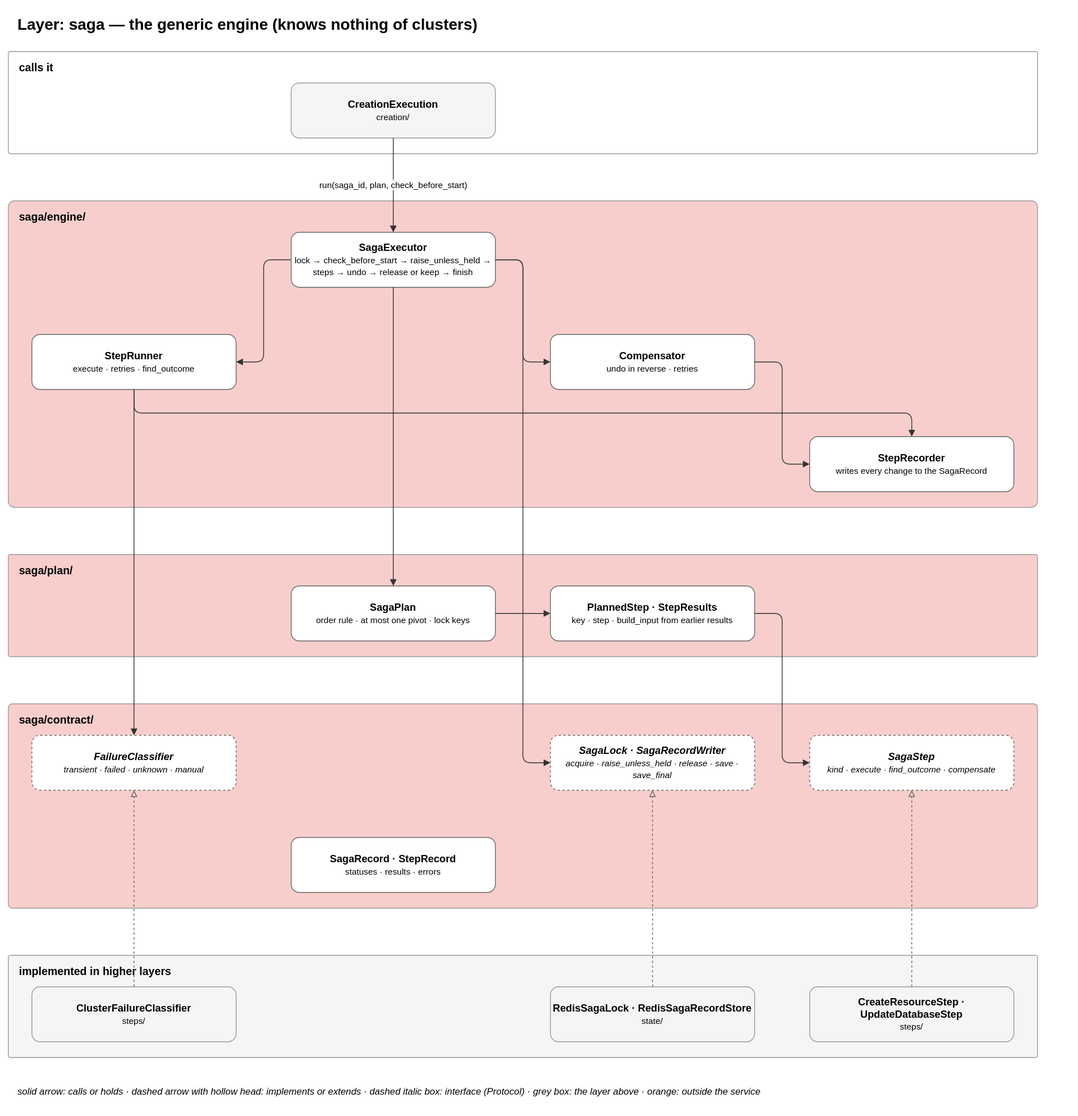
EliShteinman/redis-enterprise-services keeps this draw.io diagram as docs/diagrams/06-layer-saga.drawio.svg. Above is the earlier version. Source tidied: cells renumbered, new cells last; positions are measured from the earlier drawing's top-left corner, leaving out a move shared by most shapes.
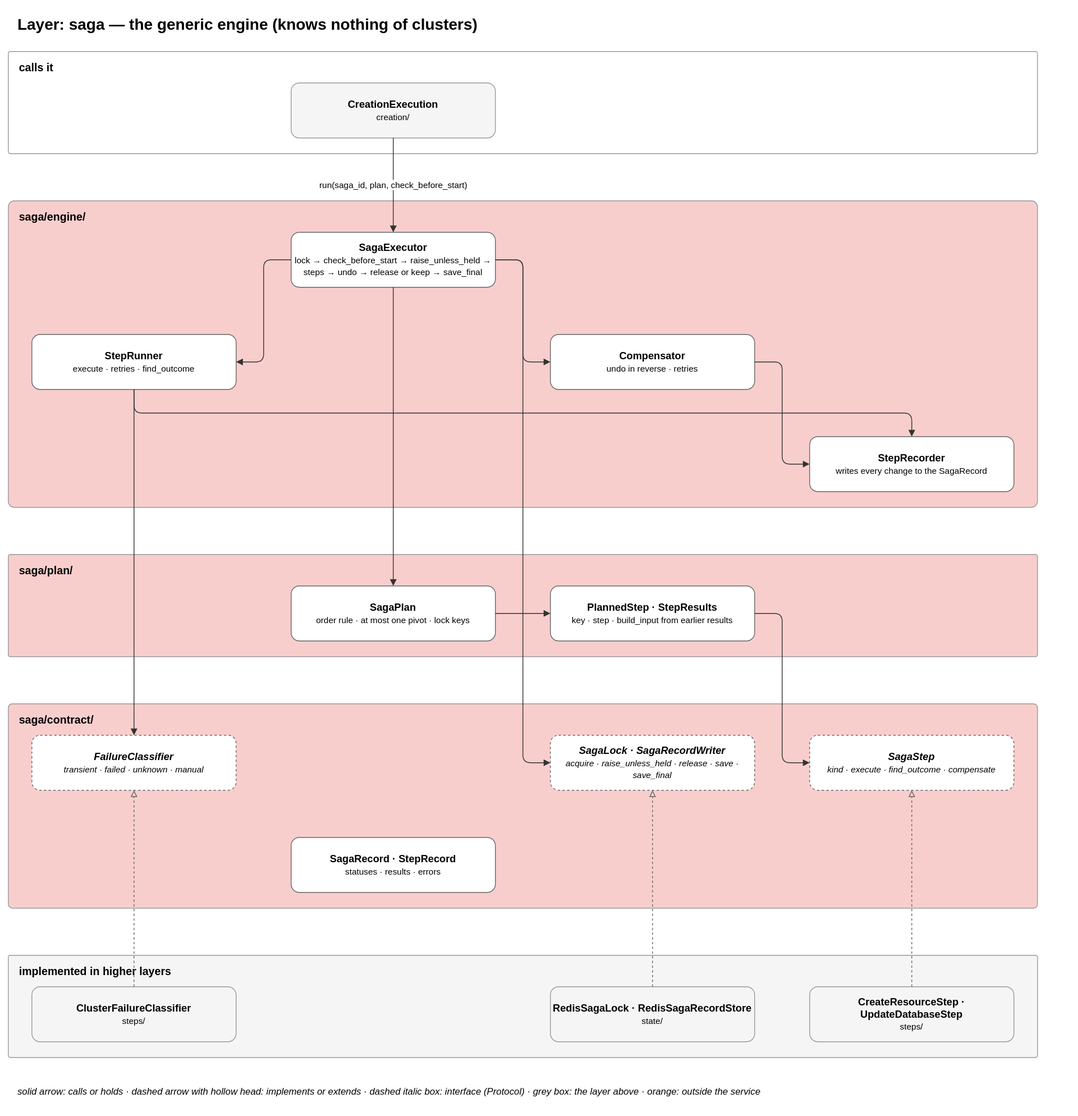
Later version of the same file.

Diff of the diagram source:
```diff
@@ -14,7 +14,7 @@
     <mxCell id="5" value="&lt;b&gt;saga/engine/&lt;/b&gt;" style="rounded=1;arcSize=2;fillColor=#f8cecc;strokeColor=#999999;verticalAlign=top;align=left;spacingLeft=12;spacingTop=6;html=1;fontSize=14;" parent="1" vertex="1">
       <mxGeometry y="245" width="1310" height="390" as="geometry" />
     </mxCell>
-    <mxCell id="6" value="&lt;b&gt;SagaExecutor&lt;/b&gt;&lt;br&gt;&lt;font style='font-size:11px'&gt;lock → check_before_start → raise_unless_held → steps → undo → release or keep → finish&lt;/font&gt;" style="rounded=1;whiteSpace=wrap;html=1;fillColor=#ffffff;strokeColor=#666666;fontSize=13;" parent="1" vertex="1">
+    <mxCell id="6" value="&lt;b&gt;SagaExecutor&lt;/b&gt;&lt;br&gt;&lt;font style='font-size:11px'&gt;lock → check_before_start → raise_unless_held → steps → undo → release or keep → save_final&lt;/font&gt;" style="rounded=1;whiteSpace=wrap;html=1;fillColor=#ffffff;strokeColor=#666666;fontSize=13;" parent="1" vertex="1">
       <mxGeometry x="360" y="285" width="260" height="70" as="geometry" />
     </mxCell>
     <mxCell id="7" value="&lt;b&gt;StepRunner&lt;/b&gt;&lt;br&gt;&lt;font style='font-size:11px'&gt;execute · retries · find_outcome&lt;/font&gt;" style="rounded=1;whiteSpace=wrap;html=1;fillColor=#ffffff;strokeColor=#666666;fontSize=13;" parent="1" vertex="1">
```
